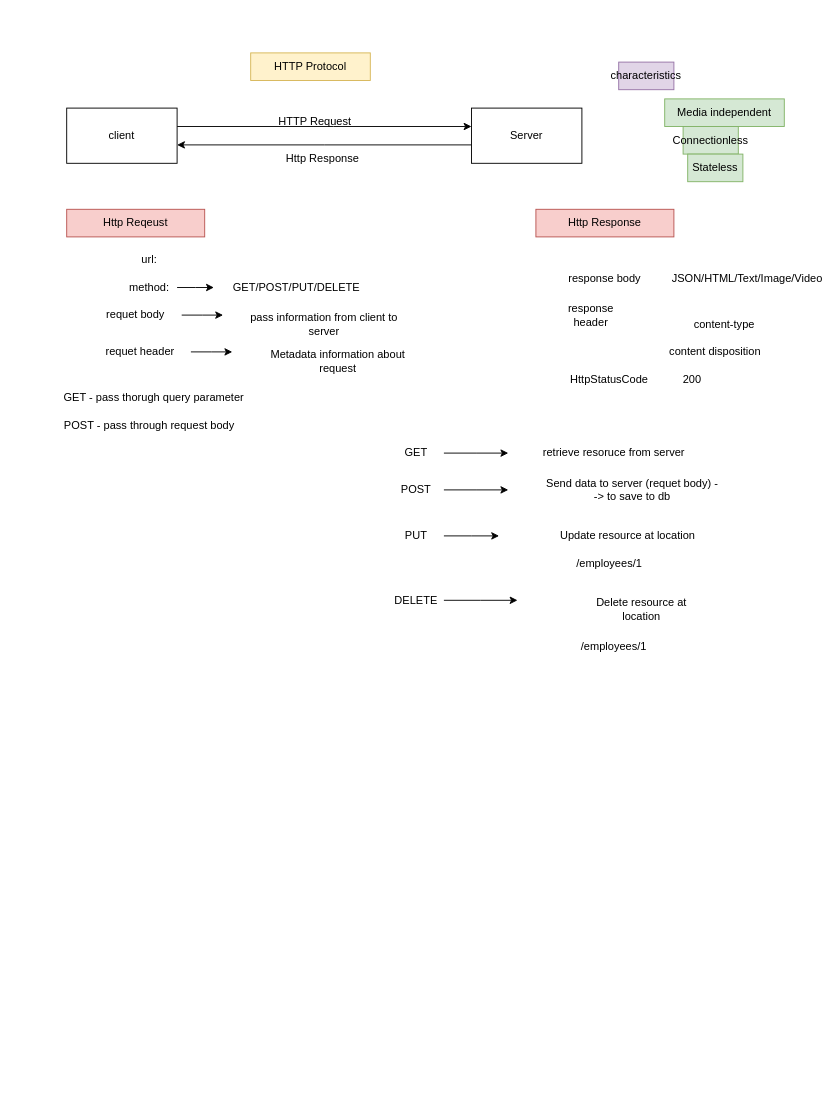
The draw.io diagram page "Nodejs" (2 of 2) of mongodb_architecture.drawio in dhruvikp/PURDUE_Jan2026, before the edit. Source tidied: cells renumbered, new cells numbered last; positions are measured from the earlier drawing's top-left corner, leaving out a move shared by most shapes. Both pictures are drawn from the tidied source at 92%, with x=0, y=0 at pixel (16, 52).
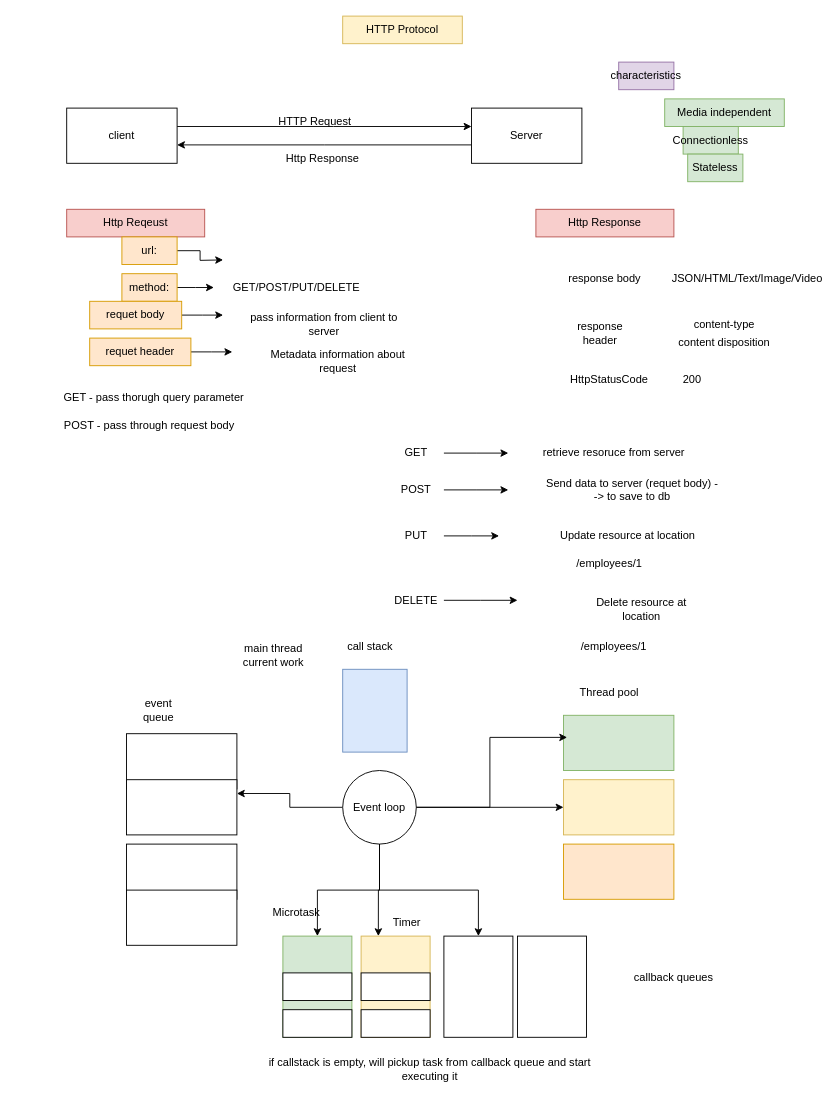
Above is the later version.

What changed in the source:
```diff
@@
     <mxCell id="6" value="HTTP Protocol" style="text;html=1;whiteSpace=wrap;strokeColor=#d6b656;fillColor=#fff2cc;align=center;verticalAlign=middle;rounded=0;" parent="1" vertex="1">
-      <mxGeometry x="255" width="130" height="30" as="geometry" />
+      <mxGeometry x="355" y="-40" width="130" height="30" as="geometry" />
     </mxCell>
@@
+    <mxCell id="49" style="edgeStyle=orthogonalEdgeStyle;rounded=0;jettySize=auto;html=1;" parent="1" edge="1" source="10">
+      <mxGeometry relative="1" as="geometry">
+        <mxPoint x="225" y="225" as="targetPoint" />
+      </mxGeometry>
+    </mxCell>
-    <mxCell id="10" value="url:" style="text;html=1;whiteSpace=wrap;strokeColor=none;fillColor=none;align=center;verticalAlign=middle;rounded=0;" parent="1" vertex="1">
-      <mxGeometry x="115" y="210" width="60" height="30" as="geometry" />
+    <mxCell id="10" value="url:" style="text;html=1;whiteSpace=wrap;strokeColor=#d79b00;fillColor=#ffe6cc;align=center;verticalAlign=middle;rounded=0;" parent="1" vertex="1">
+      <mxGeometry x="115" y="200" width="60" height="30" as="geometry" />
     </mxCell>
@@
-    <mxCell id="12" value="method:" style="text;html=1;whiteSpace=wrap;strokeColor=none;fillColor=none;align=center;verticalAlign=middle;rounded=0;" parent="1" vertex="1">
+    <mxCell id="12" value="method:" style="text;html=1;whiteSpace=wrap;strokeColor=#d79b00;fillColor=#ffe6cc;align=center;verticalAlign=middle;rounded=0;" parent="1" vertex="1">
       <mxGeometry x="115" y="240" width="60" height="30" as="geometry" />
     </mxCell>
@@
-    <mxCell id="15" value="requet body" style="text;html=1;whiteSpace=wrap;strokeColor=none;fillColor=none;align=center;verticalAlign=middle;rounded=0;" parent="1" vertex="1">
+    <mxCell id="15" value="requet body" style="text;html=1;whiteSpace=wrap;strokeColor=#d79b00;fillColor=#ffe6cc;align=center;verticalAlign=middle;rounded=0;" parent="1" vertex="1">
       <mxGeometry x="80" y="270" width="100" height="30" as="geometry" />
     </mxCell>
@@
-    <mxCell id="20" value="requet header" style="text;html=1;whiteSpace=wrap;strokeColor=none;fillColor=none;align=center;verticalAlign=middle;rounded=0;" parent="1" vertex="1">
+    <mxCell id="20" value="requet header" style="text;html=1;whiteSpace=wrap;strokeColor=#d79b00;fillColor=#ffe6cc;align=center;verticalAlign=middle;rounded=0;" parent="1" vertex="1">
       <mxGeometry x="80" y="310" width="110" height="30" as="geometry" />
     </mxCell>
@@
     <mxCell id="26" value="response header" style="text;html=1;whiteSpace=wrap;strokeColor=none;fillColor=none;align=center;verticalAlign=middle;rounded=0;" parent="1" vertex="1">
-      <mxGeometry x="595" y="270" width="60" height="30" as="geometry" />
+      <mxGeometry x="605" y="290" width="60" height="30" as="geometry" />
     </mxCell>
@@
     <mxCell id="28" value="content disposition" style="text;html=1;whiteSpace=wrap;strokeColor=none;fillColor=none;align=center;verticalAlign=middle;rounded=0;" parent="1" vertex="1">
-      <mxGeometry x="695" y="310" width="130" height="30" as="geometry" />
+      <mxGeometry x="705" y="300" width="130" height="30" as="geometry" />
     </mxCell>
@@
+    <mxCell id="50" style="rounded=0;whiteSpace=wrap;html=1;" parent="1" vertex="1">
+      <mxGeometry x="120" y="740" width="120" height="60" as="geometry" />
+    </mxCell>
+    <mxCell id="51" style="rounded=0;whiteSpace=wrap;html=1;" parent="1" vertex="1">
+      <mxGeometry x="120" y="790" width="120" height="60" as="geometry" />
+    </mxCell>
+    <mxCell id="52" style="rounded=0;whiteSpace=wrap;html=1;" parent="1" vertex="1">
+      <mxGeometry x="120" y="860" width="120" height="60" as="geometry" />
+    </mxCell>
+    <mxCell id="53" style="rounded=0;whiteSpace=wrap;html=1;" parent="1" vertex="1">
+      <mxGeometry x="120" y="910" width="120" height="60" as="geometry" />
+    </mxCell>
+    <mxCell id="54" value="event queue" style="text;html=1;whiteSpace=wrap;strokeColor=none;fillColor=none;align=center;verticalAlign=middle;rounded=0;" parent="1" vertex="1">
+      <mxGeometry x="125" y="700" width="60" height="30" as="geometry" />
+    </mxCell>
+    <mxCell id="55" style="edgeStyle=orthogonalEdgeStyle;rounded=0;jettySize=auto;html=1;" parent="1" edge="1" source="60" target="62">
+      <mxGeometry relative="1" as="geometry" />
+    </mxCell>
+    <mxCell id="56" style="edgeStyle=orthogonalEdgeStyle;rounded=0;jettySize=auto;html=1;entryX=1;entryY=0.25;entryDx=0;entryDy=0;" parent="1" edge="1" source="60" target="51">
+      <mxGeometry relative="1" as="geometry" />
+    </mxCell>
+    <mxCell id="57" style="edgeStyle=orthogonalEdgeStyle;rounded=0;jettySize=auto;html=1;" parent="1" edge="1" source="60" target="66">
+      <mxGeometry relative="1" as="geometry" />
+    </mxCell>
+    <mxCell id="58" style="edgeStyle=orthogonalEdgeStyle;rounded=0;jettySize=auto;html=1;entryX=0.25;entryY=0;entryDx=0;entryDy=0;" parent="1" edge="1" source="60" target="67">
+      <mxGeometry relative="1" as="geometry" />
+    </mxCell>
+    <mxCell id="59" style="edgeStyle=orthogonalEdgeStyle;rounded=0;jettySize=auto;html=1;entryX=0.5;entryY=0;entryDx=0;entryDy=0;" parent="1" edge="1" source="60" target="68">
+      <mxGeometry relative="1" as="geometry">
+        <Array as="points">
+          <mxPoint x="395" y="910" />
+          <mxPoint x="503" y="910" />
+        </Array>
+      </mxGeometry>
+    </mxCell>
+    <mxCell id="60" value="Event loop" style="ellipse;whiteSpace=wrap;html=1;" parent="1" vertex="1">
+      <mxGeometry x="355" y="780" width="80" height="80" as="geometry" />
+    </mxCell>
+    <mxCell id="61" style="rounded=0;whiteSpace=wrap;html=1;fillColor=#d5e8d4;strokeColor=#82b366;" parent="1" vertex="1">
+      <mxGeometry x="595" y="720" width="120" height="60" as="geometry" />
+    </mxCell>
+    <mxCell id="62" style="rounded=0;whiteSpace=wrap;html=1;fillColor=#fff2cc;strokeColor=#d6b656;" parent="1" vertex="1">
+      <mxGeometry x="595" y="790" width="120" height="60" as="geometry" />
+    </mxCell>
+    <mxCell id="63" style="rounded=0;whiteSpace=wrap;html=1;fillColor=#ffe6cc;strokeColor=#d79b00;" parent="1" vertex="1">
+      <mxGeometry x="595" y="860" width="120" height="60" as="geometry" />
+    </mxCell>
+    <mxCell id="64" style="edgeStyle=orthogonalEdgeStyle;rounded=0;jettySize=auto;html=1;entryX=0.033;entryY=0.4;entryDx=0;entryDy=0;entryPerimeter=0;" parent="1" edge="1" source="60" target="61">
+      <mxGeometry relative="1" as="geometry" />
+    </mxCell>
+    <mxCell id="65" value="Thread pool" style="text;html=1;whiteSpace=wrap;strokeColor=none;fillColor=none;align=center;verticalAlign=middle;rounded=0;" parent="1" vertex="1">
+      <mxGeometry x="580" y="680" width="130" height="30" as="geometry" />
+    </mxCell>
+    <mxCell id="66" style="rounded=0;whiteSpace=wrap;html=1;fillColor=#d5e8d4;strokeColor=#82b366;" parent="1" vertex="1">
+      <mxGeometry x="290" y="960" width="75" height="110" as="geometry" />
+    </mxCell>
+    <mxCell id="67" style="rounded=0;whiteSpace=wrap;html=1;fillColor=#fff2cc;strokeColor=#d6b656;" parent="1" vertex="1">
+      <mxGeometry x="375" y="960" width="75" height="110" as="geometry" />
+    </mxCell>
+    <mxCell id="68" style="rounded=0;whiteSpace=wrap;html=1;" parent="1" vertex="1">
+      <mxGeometry x="465" y="960" width="75" height="110" as="geometry" />
+    </mxCell>
+    <mxCell id="69" style="rounded=0;whiteSpace=wrap;html=1;" parent="1" vertex="1">
+      <mxGeometry x="545" y="960" width="75" height="110" as="geometry" />
+    </mxCell>
+    <mxCell id="70" value="callback queues" style="text;html=1;whiteSpace=wrap;strokeColor=none;fillColor=none;align=center;verticalAlign=middle;rounded=0;" parent="1" vertex="1">
+      <mxGeometry x="665" y="990" width="100" height="30" as="geometry" />
+    </mxCell>
+    <mxCell id="71" style="rounded=0;whiteSpace=wrap;html=1;" parent="1" vertex="1">
+      <mxGeometry x="290" y="1040" width="75" height="30" as="geometry" />
+    </mxCell>
+    <mxCell id="72" style="rounded=0;whiteSpace=wrap;html=1;" parent="1" vertex="1">
+      <mxGeometry x="290" y="1000" width="75" height="30" as="geometry" />
+    </mxCell>
+    <mxCell id="73" style="rounded=0;whiteSpace=wrap;html=1;" parent="1" vertex="1">
+      <mxGeometry x="375" y="1040" width="75" height="30" as="geometry" />
+    </mxCell>
+    <mxCell id="74" style="rounded=0;whiteSpace=wrap;html=1;" parent="1" vertex="1">
+      <mxGeometry x="375" y="1000" width="75" height="30" as="geometry" />
+    </mxCell>
+    <mxCell id="75" style="rounded=0;whiteSpace=wrap;html=1;fillColor=#dae8fc;strokeColor=#6c8ebf;" parent="1" vertex="1">
+      <mxGeometry x="355" y="670" width="70" height="90" as="geometry" />
+    </mxCell>
+    <mxCell id="76" value="call stack" style="text;html=1;whiteSpace=wrap;strokeColor=none;fillColor=none;align=center;verticalAlign=middle;rounded=0;" parent="1" vertex="1">
+      <mxGeometry x="355" y="630" width="60" height="30" as="geometry" />
+    </mxCell>
+    <mxCell id="77" value="main thread&lt;div&gt;current work&lt;/div&gt;" style="text;html=1;whiteSpace=wrap;strokeColor=none;fillColor=none;align=center;verticalAlign=middle;rounded=0;" parent="1" vertex="1">
+      <mxGeometry x="225" y="640" width="110" height="30" as="geometry" />
+    </mxCell>
+    <mxCell id="78" value="if callstack is empty, will pickup task from callback queue and start executing it" style="text;html=1;whiteSpace=wrap;strokeColor=none;fillColor=none;align=center;verticalAlign=middle;rounded=0;" parent="1" vertex="1">
+      <mxGeometry x="255" y="1090" width="390" height="30" as="geometry" />
+    </mxCell>
+    <mxCell id="79" value="Microtask" style="text;html=1;whiteSpace=wrap;strokeColor=none;fillColor=none;align=center;verticalAlign=middle;rounded=0;" parent="1" vertex="1">
+      <mxGeometry x="275" y="920" width="60" height="30" as="geometry" />
+    </mxCell>
+    <mxCell id="80" value="Timer" style="text;html=1;whiteSpace=wrap;strokeColor=none;fillColor=none;align=center;verticalAlign=middle;rounded=0;" parent="1" vertex="1">
+      <mxGeometry x="395" y="930" width="60" height="30" as="geometry" />
+    </mxCell>
```
